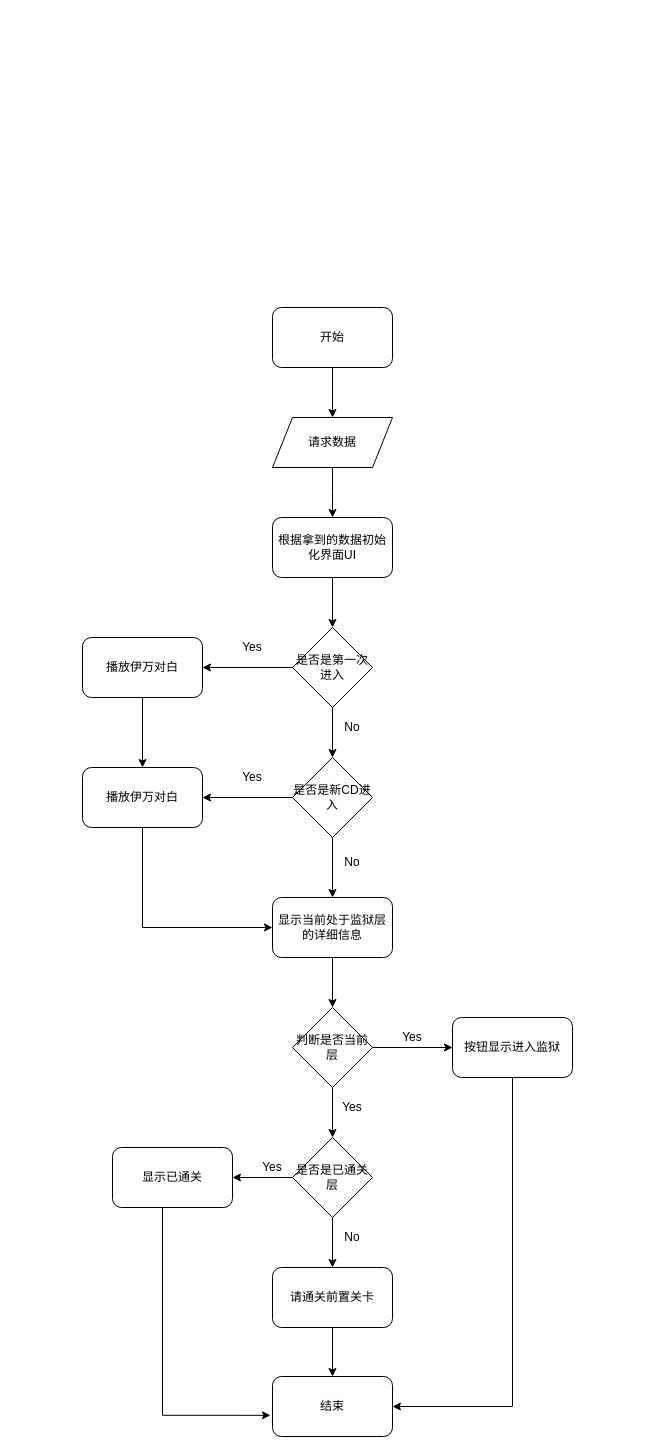
Above: Untitled DiagramDeep.drawio in PeterZHQ/StudyRoad (draw.io), before the change. Source tidied: cells renumbered, new cells numbered last; positions are measured from the earlier drawing's top-left corner, leaving out a move shared by most shapes. Both pictures are drawn from the tidied source at 100%, with x=0, y=0 at pixel (82, 307).
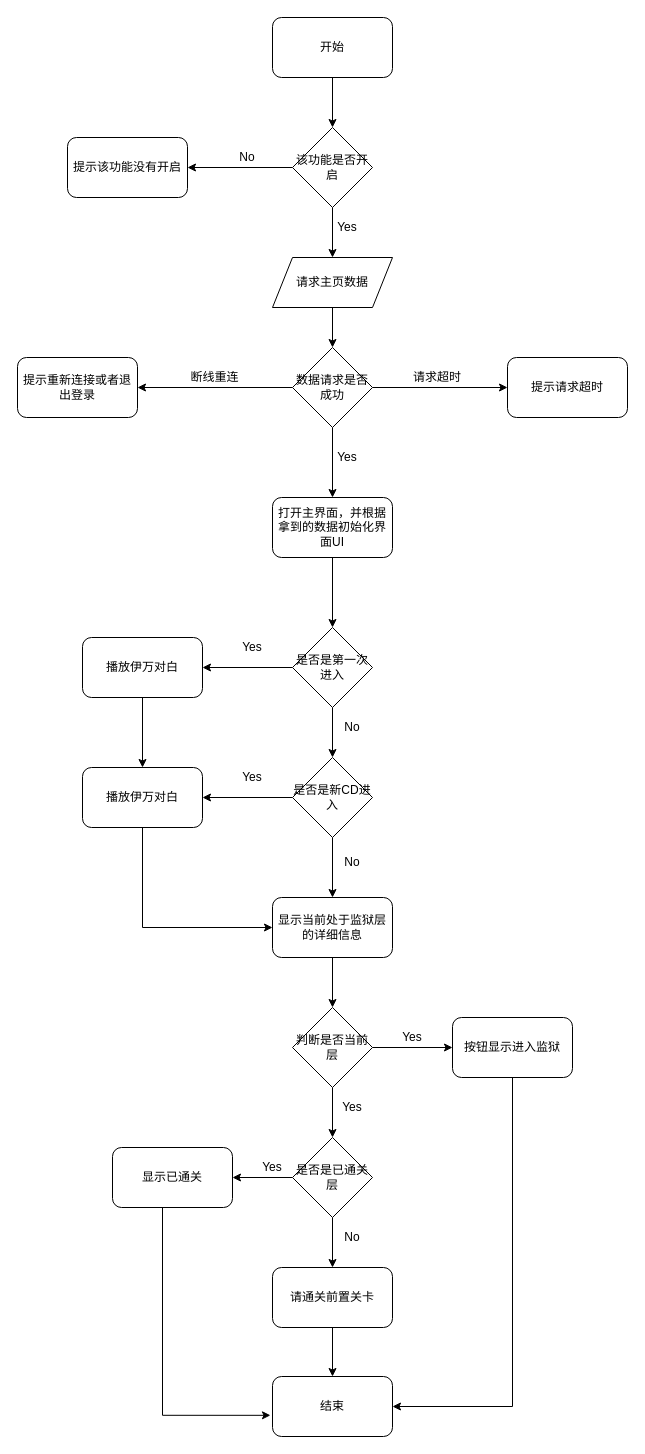
Above is the later version.

The edit, as a diff of the source:
```diff
@@
-    <mxCell id="2" style="edgeStyle=orthogonalEdgeStyle;rounded=0;jettySize=auto;html=1;" parent="1" edge="1" source="3" target="5">
-      <mxGeometry relative="1" as="geometry" />
-    </mxCell>
+    <mxCell id="41" style="edgeStyle=orthogonalEdgeStyle;rounded=0;jettySize=auto;html=1;" parent="1" edge="1" source="3" target="45">
+      <mxGeometry relative="1" as="geometry" />
+    </mxCell>
     <mxCell id="3" value="开始" style="rounded=1;whiteSpace=wrap;html=1;" parent="1" vertex="1">
-      <mxGeometry x="190" width="120" height="60" as="geometry" />
+      <mxGeometry x="190" y="-290" width="120" height="60" as="geometry" />
     </mxCell>
-    <mxCell id="4" style="edgeStyle=orthogonalEdgeStyle;rounded=0;jettySize=auto;html=1;" parent="1" edge="1" source="5">
-      <mxGeometry relative="1" as="geometry">
-        <mxPoint x="250" y="210" as="targetPoint" />
-      </mxGeometry>
-    </mxCell>
+    <mxCell id="42" style="edgeStyle=orthogonalEdgeStyle;rounded=0;jettySize=auto;html=1;entryX=0.5;entryY=0;entryDx=0;entryDy=0;" parent="1" edge="1" source="5" target="52">
+      <mxGeometry relative="1" as="geometry" />
+    </mxCell>
-    <mxCell id="5" value="请求数据" style="shape=parallelogram;perimeter=parallelogramPerimeter;whiteSpace=wrap;html=1;fixedSize=1;" parent="1" vertex="1">
-      <mxGeometry x="190" y="110" width="120" height="50" as="geometry" />
+    <mxCell id="5" value="请求主页数据" style="shape=parallelogram;perimeter=parallelogramPerimeter;whiteSpace=wrap;html=1;fixedSize=1;" parent="1" vertex="1">
+      <mxGeometry x="190" y="-50" width="120" height="50" as="geometry" />
     </mxCell>
@@
-    <mxCell id="7" value="根据拿到的数据初始化界面UI" style="rounded=1;whiteSpace=wrap;html=1;" parent="1" vertex="1">
-      <mxGeometry x="190" y="210" width="120" height="60" as="geometry" />
+    <mxCell id="7" value="打开主界面，并根据拿到的数据初始化界面UI" style="rounded=1;whiteSpace=wrap;html=1;" parent="1" vertex="1">
+      <mxGeometry x="190" y="190" width="120" height="60" as="geometry" />
     </mxCell>
@@
+    <mxCell id="43" style="edgeStyle=orthogonalEdgeStyle;rounded=0;jettySize=auto;html=1;" parent="1" edge="1" source="45" target="46">
+      <mxGeometry relative="1" as="geometry" />
+    </mxCell>
+    <mxCell id="44" style="edgeStyle=orthogonalEdgeStyle;rounded=0;jettySize=auto;html=1;" parent="1" edge="1" source="45" target="5">
+      <mxGeometry relative="1" as="geometry" />
+    </mxCell>
+    <mxCell id="45" value="该功能是否开启" style="rhombus;whiteSpace=wrap;html=1;" parent="1" vertex="1">
+      <mxGeometry x="210" y="-180" width="80" height="80" as="geometry" />
+    </mxCell>
+    <mxCell id="46" value="提示该功能没有开启" style="rounded=1;whiteSpace=wrap;html=1;" parent="1" vertex="1">
+      <mxGeometry x="-15" y="-170" width="120" height="60" as="geometry" />
+    </mxCell>
+    <mxCell id="47" value="No" style="text;html=1;strokeColor=none;fillColor=none;align=center;verticalAlign=middle;whiteSpace=wrap;rounded=0;" parent="1" vertex="1">
+      <mxGeometry x="145" y="-160" width="40" height="20" as="geometry" />
+    </mxCell>
+    <mxCell id="48" value="Yes" style="text;html=1;strokeColor=none;fillColor=none;align=center;verticalAlign=middle;whiteSpace=wrap;rounded=0;" parent="1" vertex="1">
+      <mxGeometry x="245" y="-90" width="40" height="20" as="geometry" />
+    </mxCell>
+    <mxCell id="49" style="edgeStyle=orthogonalEdgeStyle;rounded=0;jettySize=auto;html=1;entryX=0.5;entryY=0;entryDx=0;entryDy=0;" parent="1" edge="1" source="52" target="7">
+      <mxGeometry relative="1" as="geometry" />
+    </mxCell>
+    <mxCell id="50" style="edgeStyle=orthogonalEdgeStyle;rounded=0;jettySize=auto;html=1;exitX=1;exitY=0.5;exitDx=0;exitDy=0;entryX=0;entryY=0.5;entryDx=0;entryDy=0;" parent="1" edge="1" source="52" target="54">
+      <mxGeometry relative="1" as="geometry" />
+    </mxCell>
+    <mxCell id="51" style="edgeStyle=orthogonalEdgeStyle;rounded=0;jettySize=auto;html=1;entryX=1;entryY=0.5;entryDx=0;entryDy=0;" parent="1" edge="1" source="52" target="56">
+      <mxGeometry relative="1" as="geometry" />
+    </mxCell>
+    <mxCell id="52" value="数据请求是否成功" style="rhombus;whiteSpace=wrap;html=1;" parent="1" vertex="1">
+      <mxGeometry x="210" y="40" width="80" height="80" as="geometry" />
+    </mxCell>
+    <mxCell id="53" value="Yes" style="text;html=1;strokeColor=none;fillColor=none;align=center;verticalAlign=middle;whiteSpace=wrap;rounded=0;" parent="1" vertex="1">
+      <mxGeometry x="245" y="140" width="40" height="20" as="geometry" />
+    </mxCell>
+    <mxCell id="54" value="提示请求超时" style="rounded=1;whiteSpace=wrap;html=1;" parent="1" vertex="1">
+      <mxGeometry x="425" y="50" width="120" height="60" as="geometry" />
+    </mxCell>
+    <mxCell id="55" value="请求超时" style="text;html=1;strokeColor=none;fillColor=none;align=center;verticalAlign=middle;whiteSpace=wrap;rounded=0;" parent="1" vertex="1">
+      <mxGeometry x="305" y="60" width="100" height="20" as="geometry" />
+    </mxCell>
+    <mxCell id="56" value="提示重新连接或者退出登录" style="rounded=1;whiteSpace=wrap;html=1;" parent="1" vertex="1">
+      <mxGeometry x="-65" y="50" width="120" height="60" as="geometry" />
+    </mxCell>
+    <mxCell id="57" value="断线重连" style="text;html=1;strokeColor=none;fillColor=none;align=center;verticalAlign=middle;whiteSpace=wrap;rounded=0;" parent="1" vertex="1">
+      <mxGeometry x="80" y="60" width="105" height="20" as="geometry" />
+    </mxCell>
```
